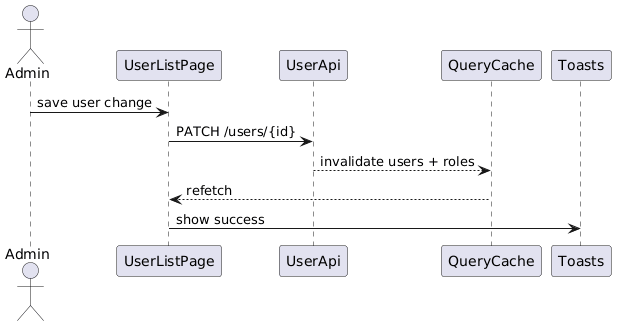
The PlantUML diagram docs/detailed-designs/diagrams/rendered/fe_seq_user_crud.png in QuinntyneBrown/LendQ, before a commit.
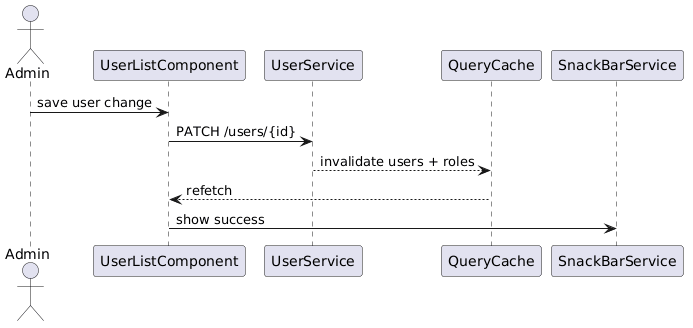
After the commit.

Diff of the diagram source:
```diff
@@ -1,13 +1,13 @@
 @startuml
 actor Admin
-participant UserListPage
-participant UserApi
+participant UserListComponent
+participant UserService
 participant QueryCache
-participant Toasts
+participant SnackBarService
 
-Admin -> UserListPage : save user change
-UserListPage -> UserApi : PATCH /users/{id}
-UserApi --> QueryCache : invalidate users + roles
-QueryCache --> UserListPage : refetch
-UserListPage -> Toasts : show success
+Admin -> UserListComponent : save user change
+UserListComponent -> UserService : PATCH /users/{id}
+UserService --> QueryCache : invalidate users + roles
+QueryCache --> UserListComponent : refetch
+UserListComponent -> SnackBarService : show success
 @enduml
```
